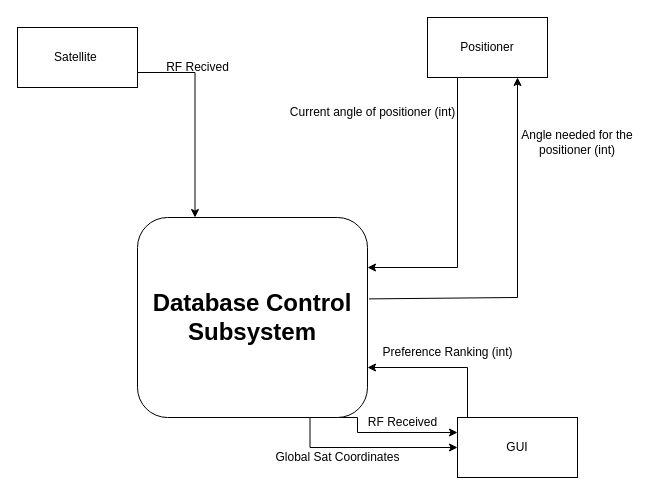
This is Level 0 Data Flow Diagram Database Subsystem.drawio from raleighcarsone/Ground-Station, a draw.io file, before an edit. Source tidied: cells renumbered, new cells numbered last; positions are measured from the earlier drawing's top-left corner, leaving out a move shared by most shapes. Both pictures are drawn from the tidied source at 100%, with x=0, y=0 at pixel (17, 17).
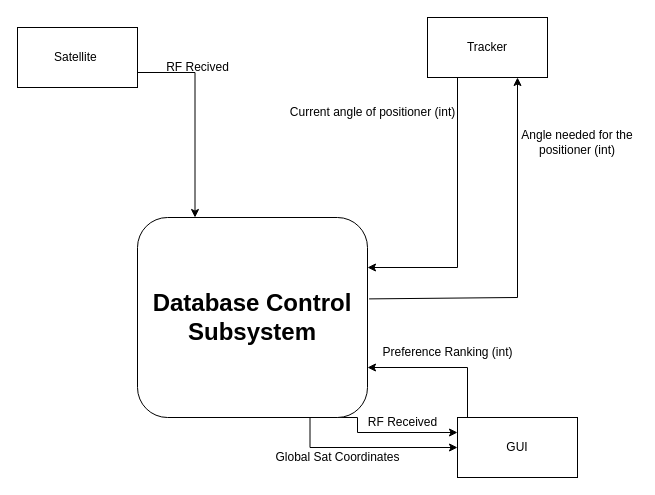
The same diagram, later.

What changed in the source:
```diff
@@
-    <mxCell id="6" value="Positioner" style="rounded=0;whiteSpace=wrap;html=1;" parent="1" vertex="1">
+    <mxCell id="6" value="Tracker" style="rounded=0;whiteSpace=wrap;html=1;" parent="1" vertex="1">
       <mxGeometry x="410" width="120" height="60" as="geometry" />
     </mxCell>
```
